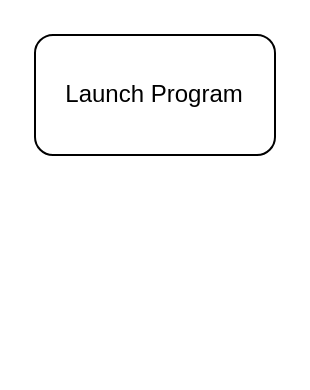
Earlier version of the draw.io diagram glEEmail flow.drawio (Matt-and-Gib/gleemail). Source tidied: cells renumbered, new cells numbered last; positions are measured from the earlier drawing's top-left corner, leaving out a move shared by most shapes. Both pictures are drawn from the tidied source at 200%, with x=0, y=0 at pixel (34, 34).
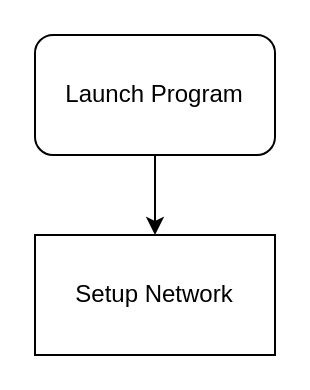
Above is the later version.

What changed in the source:
```diff
@@
 <mxGraphModel>
   <root>
     <mxCell id="0" />
     <mxCell id="1" parent="0" />
     <mxCell id="2" value="&lt;div&gt;Launch Program&lt;/div&gt;" style="rounded=1;whiteSpace=wrap;html=1;" parent="1" vertex="1">
       <mxGeometry width="120" height="60" as="geometry" />
     </mxCell>
+    <mxCell id="3" value="Setup Network" style="rounded=0;whiteSpace=wrap;html=1;" parent="1" vertex="1">
+      <mxGeometry y="100" width="120" height="60" as="geometry" />
+    </mxCell>
+    <mxCell id="4" style="endArrow=classic;html=1;exitX=0.5;exitY=1;exitDx=0;exitDy=0;entryX=0.5;entryY=0;entryDx=0;entryDy=0;" parent="1" edge="1" source="2" target="3">
+      <mxGeometry relative="1" as="geometry" />
+    </mxCell>
   </root>
 </mxGraphModel>
```
